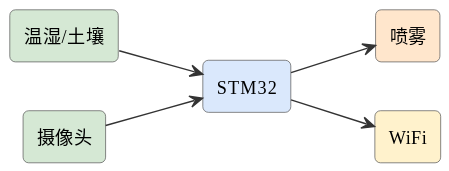
This is assets/diagrams/ideas-fig22.svg from mingyi0818/IntelligentMcuCourse, a PlantUML export, as it was before one commit.
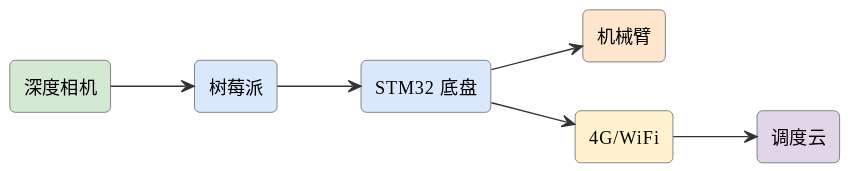
After the commit.

Change to the diagram source:
```diff
@@ -6,13 +6,15 @@
 skinparam arrowFontSize 11
 skinparam arrowColor #333
 left to right direction
-rectangle "温湿/土壤" as s #d5e8d4
-rectangle "STM32" as stm #dae8fc
-rectangle "喷雾" as pump #ffe6cc
-rectangle "摄像头" as cam #d5e8d4
-rectangle "WiFi" as wifi #fff2cc
-s --> stm
-stm --> pump
-cam --> stm
-stm --> wifi
+rectangle "深度相机" as cam #d5e8d4
+rectangle "树莓派" as pi #dae8fc
+rectangle "STM32 底盘" as stm #dae8fc
+rectangle "机械臂" as arm #ffe6cc
+rectangle "4G/WiFi" as g #fff2cc
+rectangle "调度云" as cloud #e1d5e8
+cam --> pi
+pi --> stm
+stm --> arm
+stm --> g
+g --> cloud
 @enduml
```
